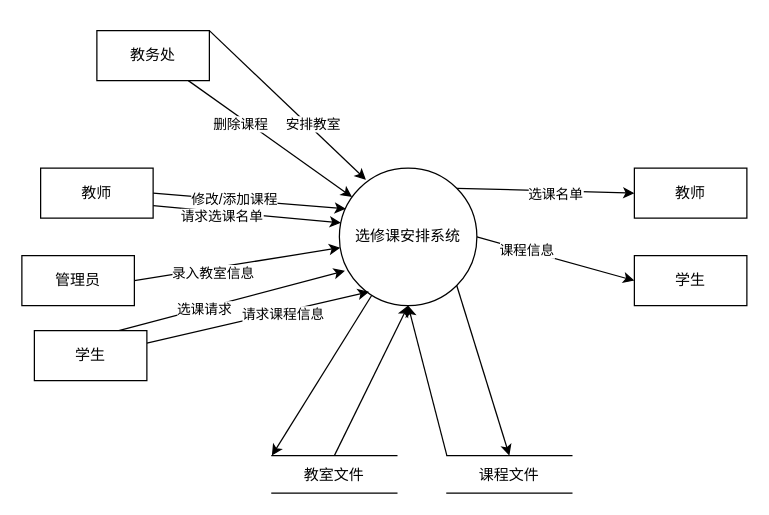
Earlier version of the draw.io diagram 明星管理系统数据流图.drawio (xinhecuican/draw). Source tidied: cells renumbered, new cells numbered last; positions are measured from the earlier drawing's top-left corner, leaving out a move shared by most shapes. Both pictures are drawn from the tidied source at 125%, with x=0, y=0 at pixel (21, 30).
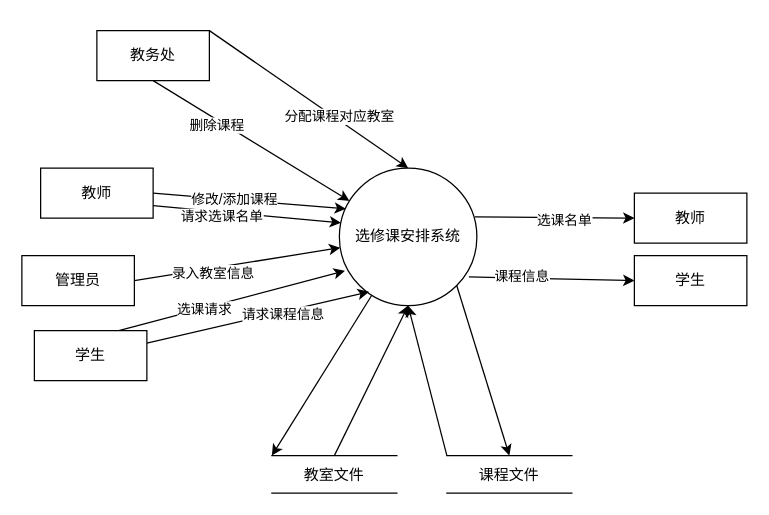
Above is the later version.

Commit message (it also covers changes not shown here):
更新明星管理系统数据流图.drawio

Unchanged cells that the change refers to:
```xml
<mxCell id="13" value="选修课安排系统" style="ellipse;whiteSpace=wrap;" parent="1" vertex="1">
  <mxGeometry x="254" y="110" width="110" height="110" as="geometry" />
</mxCell>
<mxCell id="15" value="学生" style="rounded=0;whiteSpace=wrap;" parent="1" vertex="1">
  <mxGeometry x="490" y="180" width="90" height="40" as="geometry" />
</mxCell>
<mxCell id="26" value="教务处" style="rounded=0;whiteSpace=wrap;" parent="1" vertex="1">
  <mxGeometry x="60" width="90" height="40" as="geometry" />
</mxCell>
```

Change to the diagram source:
```diff
@@
-    <mxCell id="7" style="edgeStyle=none;rounded=0;jettySize=auto;exitX=1;exitY=0;exitDx=0;exitDy=0;entryX=0;entryY=0.5;entryDx=0;entryDy=0;" parent="1" edge="1" source="13" target="14">
+    <mxCell id="7" style="edgeStyle=none;rounded=0;jettySize=auto;exitX=0.985;exitY=0.355;exitDx=0;exitDy=0;entryX=0;entryY=0.5;entryDx=0;entryDy=0;exitPerimeter=0;" parent="1" edge="1" source="13" target="14">
       <mxGeometry relative="1" as="geometry" />
     </mxCell>
@@
-    <mxCell id="9" style="edgeStyle=none;rounded=0;jettySize=auto;exitX=1;exitY=0.5;exitDx=0;exitDy=0;entryX=0;entryY=0.5;entryDx=0;entryDy=0;" parent="1" edge="1" source="13" target="15">
+    <mxCell id="9" style="edgeStyle=none;rounded=0;jettySize=auto;exitX=0.942;exitY=0.791;exitDx=0;exitDy=0;entryX=0;entryY=0.5;entryDx=0;entryDy=0;exitPerimeter=0;" parent="1" edge="1" source="13" target="15">
       <mxGeometry relative="1" as="geometry" />
     </mxCell>
@@
     <mxCell id="14" value="教师" style="rounded=0;whiteSpace=wrap;" parent="1" vertex="1">
-      <mxGeometry x="490" y="110" width="90" height="40" as="geometry" />
+      <mxGeometry x="490" y="130" width="90" height="40" as="geometry" />
     </mxCell>
@@
-    <mxCell id="24" style="edgeStyle=none;rounded=0;jettySize=auto;" parent="1" edge="1" source="26" target="13">
+    <mxCell id="24" style="edgeStyle=none;rounded=0;jettySize=auto;exitX=0.5;exitY=1;exitDx=0;exitDy=0;" parent="1" edge="1" source="26" target="13">
       <mxGeometry relative="1" as="geometry" />
     </mxCell>
@@
-    <mxCell id="27" style="edgeStyle=none;rounded=0;jettySize=auto;exitX=1;exitY=0;exitDx=0;exitDy=0;entryX=0.193;entryY=0.085;entryDx=0;entryDy=0;entryPerimeter=0;" parent="1" edge="1" source="26" target="13">
+    <mxCell id="27" style="edgeStyle=none;rounded=0;jettySize=auto;exitX=1;exitY=0;exitDx=0;exitDy=0;entryX=0.5;entryY=0;entryDx=0;entryDy=0;" parent="1" edge="1" source="26" target="13">
       <mxGeometry relative="1" as="geometry" />
     </mxCell>
-    <mxCell id="28" value="安排教室" style="edgeLabel;html=1;align=center;verticalAlign=middle;" parent="27" vertex="1">
+    <mxCell id="28" value="分配课程对应教室" style="edgeLabel;html=1;align=center;verticalAlign=middle;" parent="27" vertex="1">
       <mxGeometry x="0.28" y="3" relative="1" as="geometry" />
     </mxCell>
```
